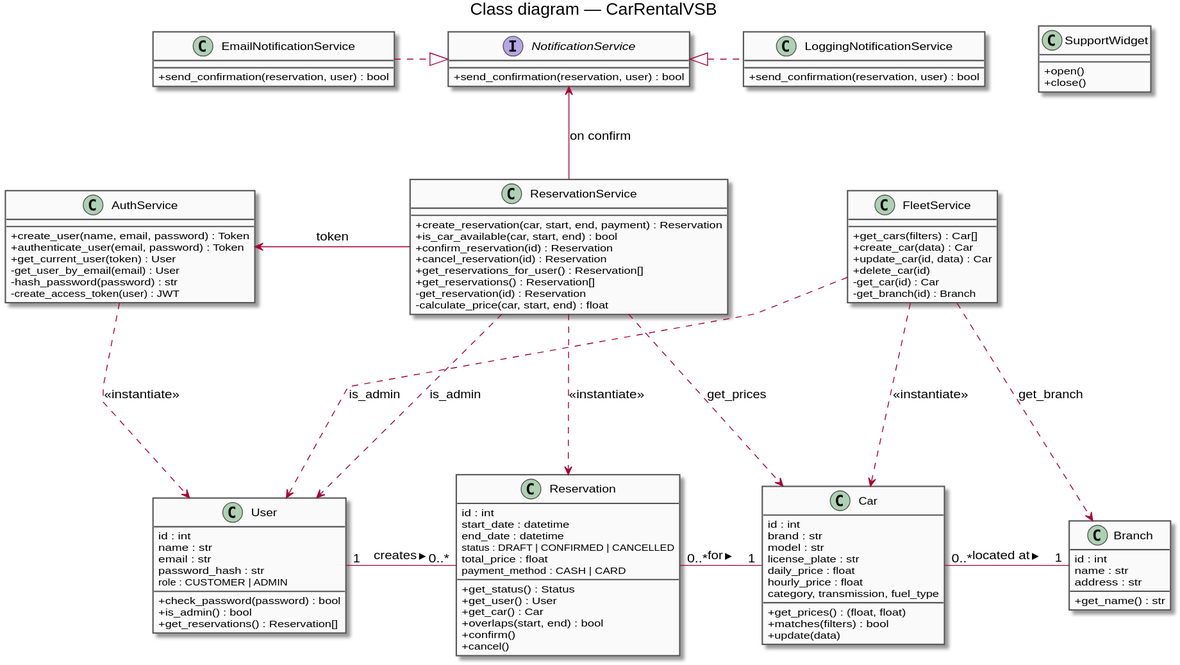
This is docs/diagrams/class-system.svg from DavidMagyarics/CarRentalVSB, a PlantUML export, as it was before one commit.
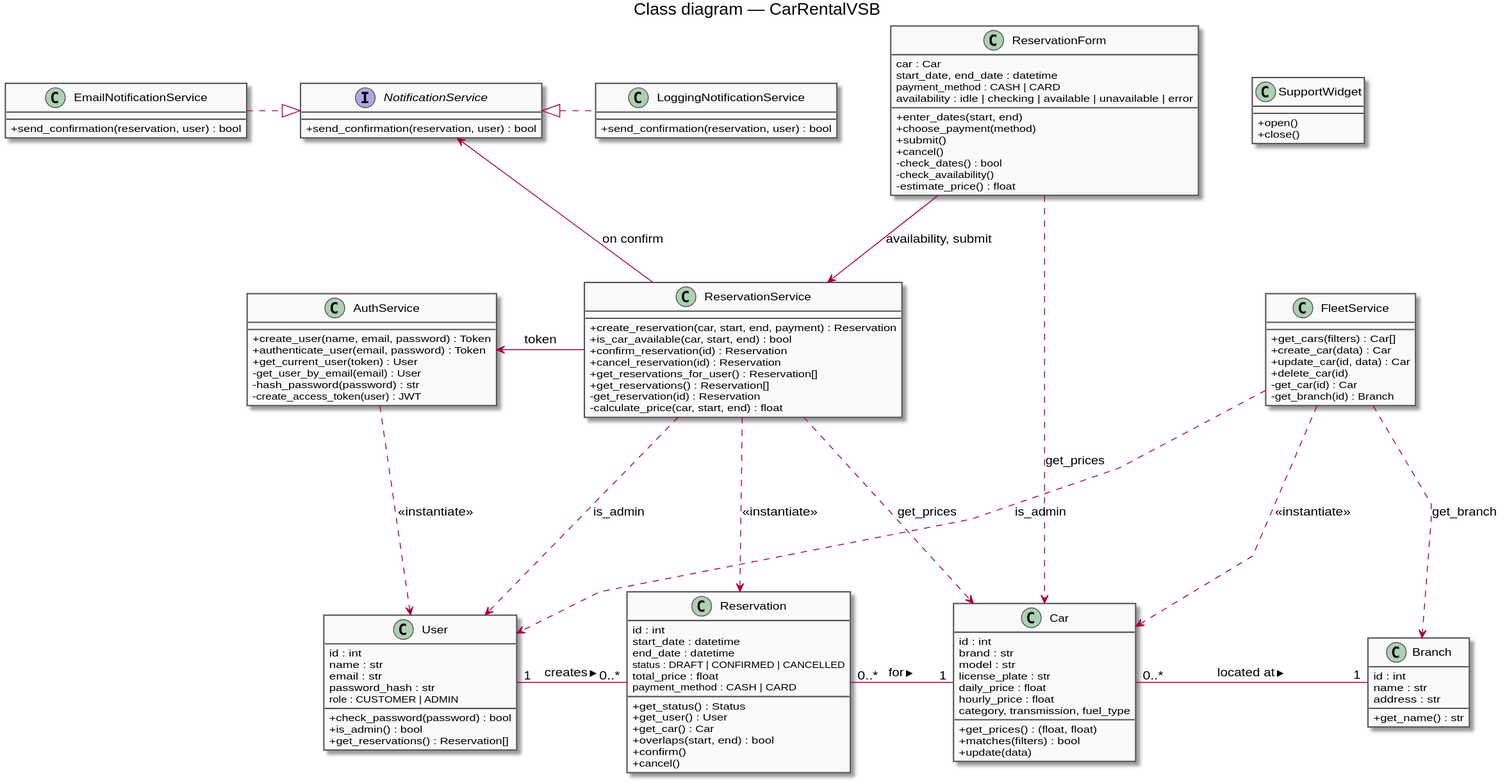
The same file after the commit.

The edit, as a diff of the source:
```diff
@@ -9,6 +9,20 @@
   BorderColor #555555
 }
 title Class diagram — CarRentalVSB
+
+class ReservationForm {
+  car : Car
+  start_date, end_date : datetime
+  payment_method : CASH | CARD
+  availability : idle | checking | available | unavailable | error
+  + enter_dates(start, end)
+  + choose_payment(method)
+  + submit()
+  + cancel()
+  - check_dates() : bool
+  - check_availability()
+  - estimate_price() : float
+}
 
 class AuthService {
   + create_user(name, email, password) : Token
@@ -100,7 +114,10 @@
   + get_name() : str
 }
 
+ReservationForm -down-> ReservationService : availability, submit
+ReservationForm ..> Car : get_prices
 ReservationService -up-> NotificationService : on confirm
+LoggingNotificationService -[hidden]right- ReservationForm
 NotificationService <|.left. EmailNotificationService
 NotificationService <|.right. LoggingNotificationService
 ReservationService -left-> AuthService : token
```
